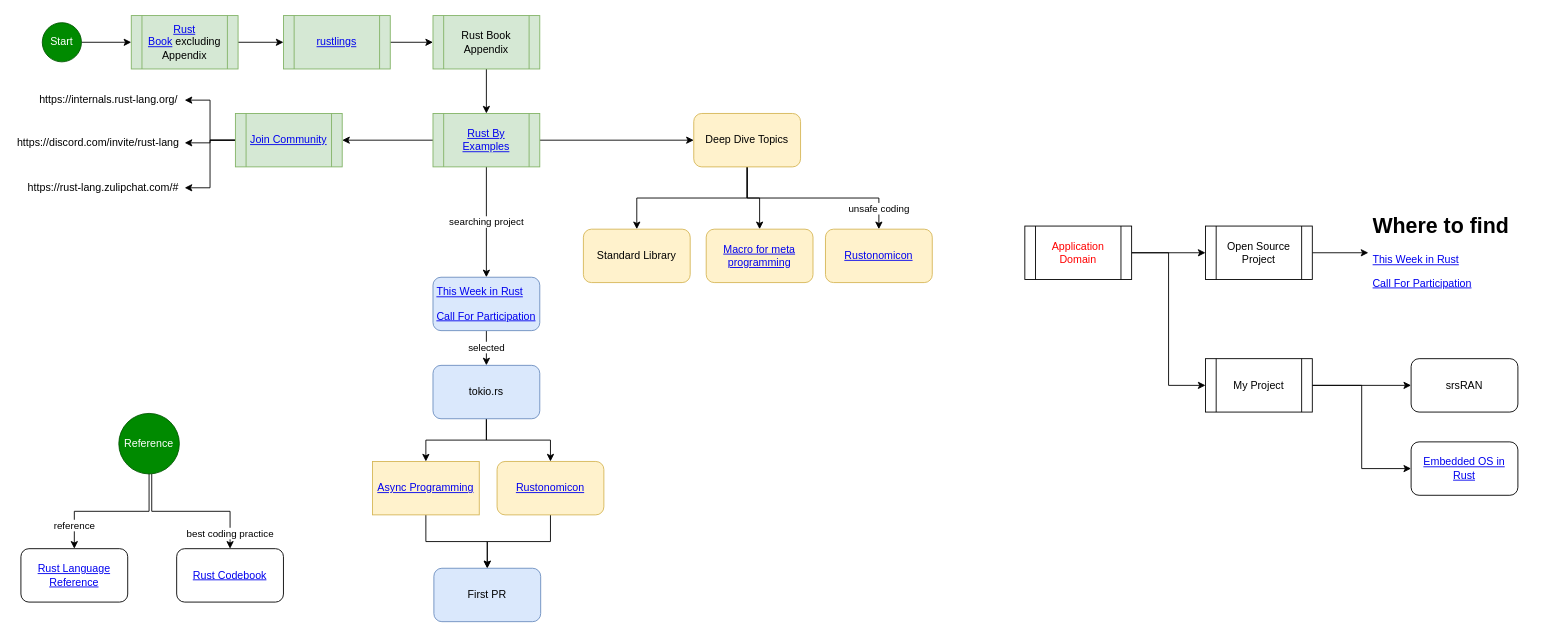
The draw.io diagram page "roadmap" (1 of 3) of learning_roadmap.drawio in gftea/rust_lang_notes, before the edit. Source tidied: cells renumbered, new cells numbered last; positions are measured from the earlier drawing's top-left corner, leaving out a move shared by most shapes. Both pictures are drawn from the tidied source at 89%, with x=0, y=0 at pixel (15, 15).
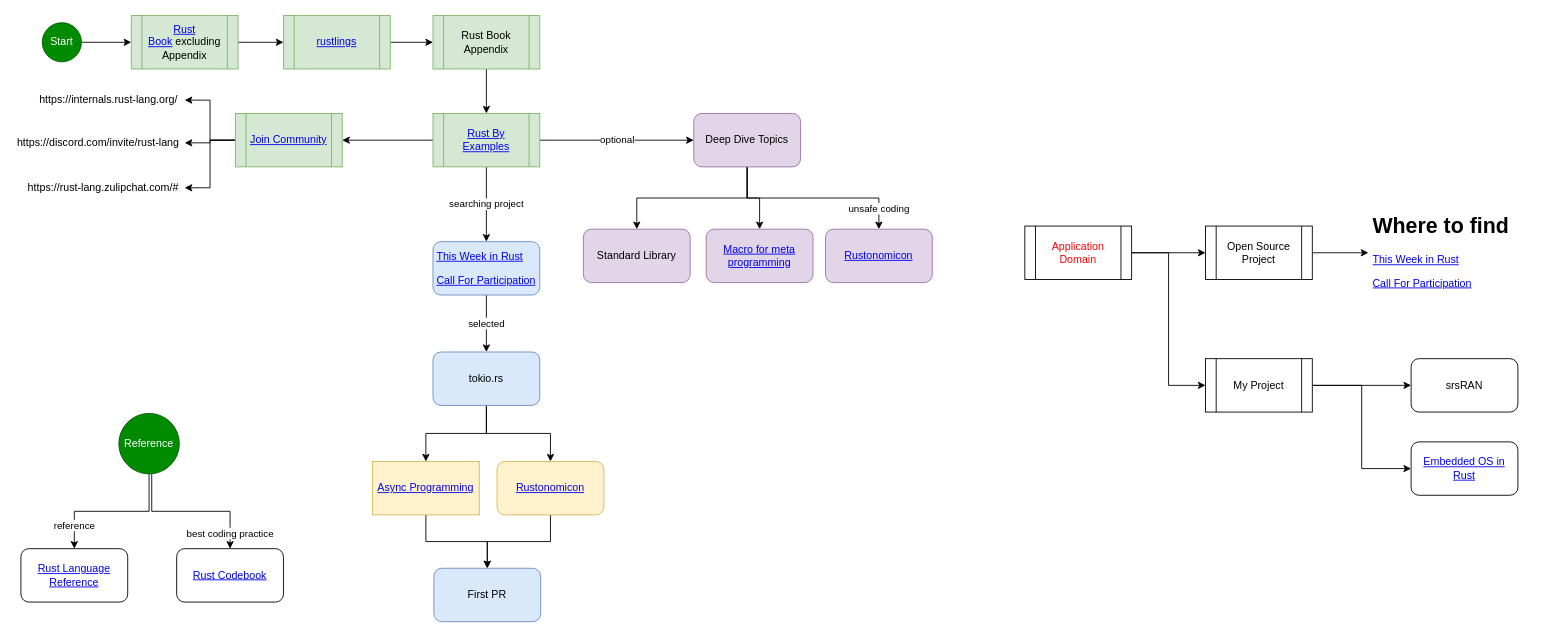
After the change.

Unchanged cells that the change refers to:
```xml
<mxCell id="12" value="&lt;a href=&quot;https://doc.rust-lang.org/stable/rust-by-example/&quot;&gt;Rust By Examples&lt;/a&gt;" style="shape=process;whiteSpace=wrap;html=1;backgroundOutline=1;fillColor=#d5e8d4;strokeColor=#82b366;" parent="1" vertex="1">
  <mxGeometry x="469" y="110" width="120" height="60" as="geometry" />
</mxCell>
```

Change to the diagram source:
```diff
@@
-    <mxCell id="9" style="edgeStyle=orthogonalEdgeStyle;rounded=0;jettySize=auto;html=1;exitX=1;exitY=0.5;exitDx=0;exitDy=0;" parent="1" edge="1" source="12" target="31">
+    <mxCell id="9" value="optional" style="edgeStyle=orthogonalEdgeStyle;rounded=0;jettySize=auto;html=1;exitX=1;exitY=0.5;exitDx=0;exitDy=0;" parent="1" edge="1" source="12" target="31">
       <mxGeometry relative="1" as="geometry" />
     </mxCell>
@@
-    <mxCell id="31" value="Deep Dive Topics" style="rounded=1;whiteSpace=wrap;html=1;fillColor=#fff2cc;strokeColor=#d6b656;" parent="1" vertex="1">
+    <mxCell id="31" value="Deep Dive Topics" style="rounded=1;whiteSpace=wrap;html=1;fillColor=#e1d5e7;strokeColor=#9673a6;" parent="1" vertex="1">
       <mxGeometry x="762" y="110" width="120" height="60" as="geometry" />
     </mxCell>
-    <mxCell id="32" value="Standard Library" style="rounded=1;whiteSpace=wrap;html=1;fillColor=#fff2cc;strokeColor=#d6b656;" parent="1" vertex="1">
+    <mxCell id="32" value="Standard Library" style="rounded=1;whiteSpace=wrap;html=1;fillColor=#e1d5e7;strokeColor=#9673a6;" parent="1" vertex="1">
       <mxGeometry x="638" y="240" width="120" height="60" as="geometry" />
     </mxCell>
-    <mxCell id="33" value="&lt;a href=&quot;https://veykril.github.io/tlborm/&quot;&gt;Macro for meta programming&lt;/a&gt;" style="rounded=1;whiteSpace=wrap;html=1;fillColor=#fff2cc;strokeColor=#d6b656;" parent="1" vertex="1">
+    <mxCell id="33" value="&lt;a href=&quot;https://veykril.github.io/tlborm/&quot;&gt;Macro for meta programming&lt;/a&gt;" style="rounded=1;whiteSpace=wrap;html=1;fillColor=#e1d5e7;strokeColor=#9673a6;" parent="1" vertex="1">
       <mxGeometry x="776" y="240" width="120" height="60" as="geometry" />
     </mxCell>
-    <mxCell id="34" value="&lt;a style=&quot;&quot; href=&quot;https://doc.rust-lang.org/nomicon/&quot;&gt;Rustonomicon&lt;/a&gt;" style="whiteSpace=wrap;html=1;rounded=1;fillColor=#fff2cc;strokeColor=#d6b656;" parent="1" vertex="1">
+    <mxCell id="34" value="&lt;a style=&quot;&quot; href=&quot;https://doc.rust-lang.org/nomicon/&quot;&gt;Rustonomicon&lt;/a&gt;" style="whiteSpace=wrap;html=1;rounded=1;fillColor=#e1d5e7;strokeColor=#9673a6;" parent="1" vertex="1">
       <mxGeometry x="910" y="240" width="120" height="60" as="geometry" />
     </mxCell>
@@
     <mxCell id="47" value="&lt;p style=&quot;text-align: left;&quot;&gt;&lt;a href=&quot;https://this-week-in-rust.org/&quot;&gt;This Week in Rust&lt;/a&gt;&lt;/p&gt;&lt;p style=&quot;text-align: left;&quot;&gt;&lt;a href=&quot;https://users.rust-lang.org/t/twir-call-for-participation/4821&quot;&gt;Call For Participation&lt;/a&gt;&lt;/p&gt;" style="rounded=1;whiteSpace=wrap;html=1;fillColor=#dae8fc;strokeColor=#6c8ebf;" parent="1" vertex="1">
-      <mxGeometry x="469" y="294" width="120" height="60" as="geometry" />
+      <mxGeometry x="469" y="254" width="120" height="60" as="geometry" />
     </mxCell>
@@
     <mxCell id="50" value="&lt;p style=&quot;text-align: left;&quot;&gt;tokio.rs&lt;/p&gt;" style="rounded=1;whiteSpace=wrap;html=1;fillColor=#dae8fc;strokeColor=#6c8ebf;" parent="1" vertex="1">
-      <mxGeometry x="469" y="393" width="120" height="60" as="geometry" />
+      <mxGeometry x="469" y="378" width="120" height="60" as="geometry" />
     </mxCell>
```
